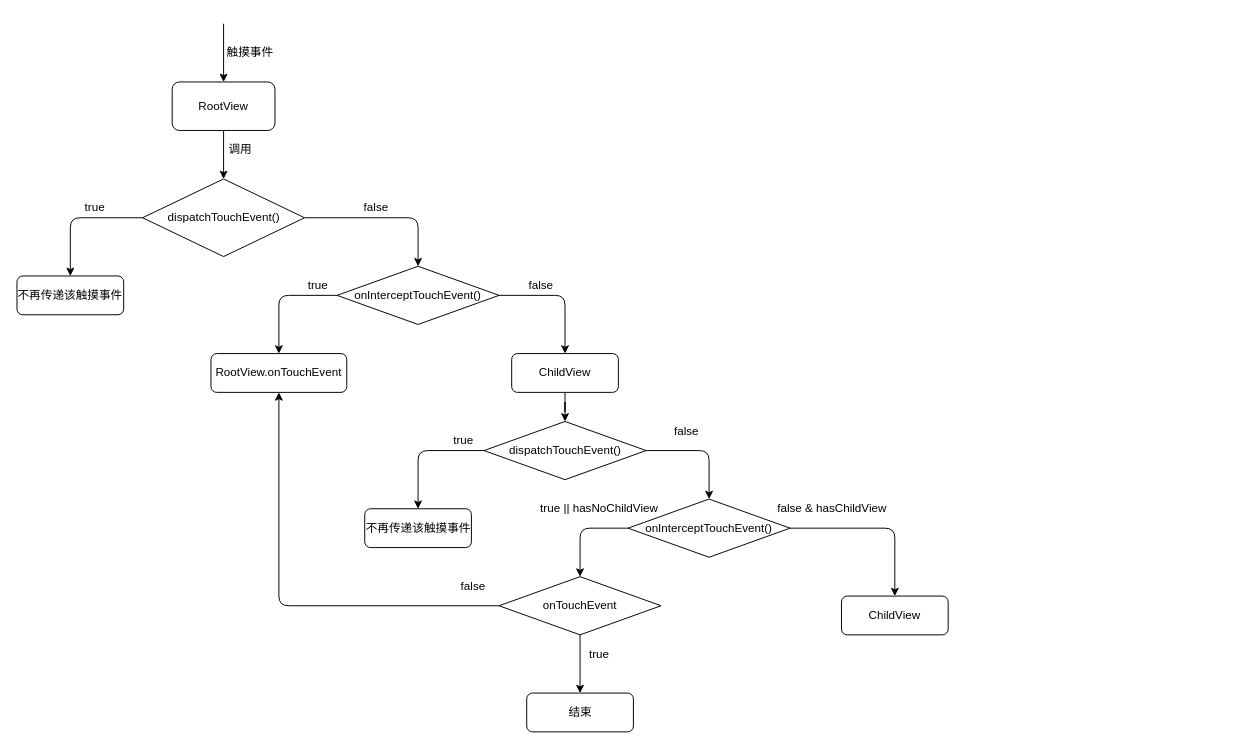
Before: ViewTouch.drawio in Eanam/PointlessDiagram, a draw.io diagram. Source tidied: cells renumbered, new cells numbered last; positions are measured from the earlier drawing's top-left corner, leaving out a move shared by most shapes. Both pictures are drawn from the tidied source at 97%, with x=0, y=0 at pixel (16, 23).
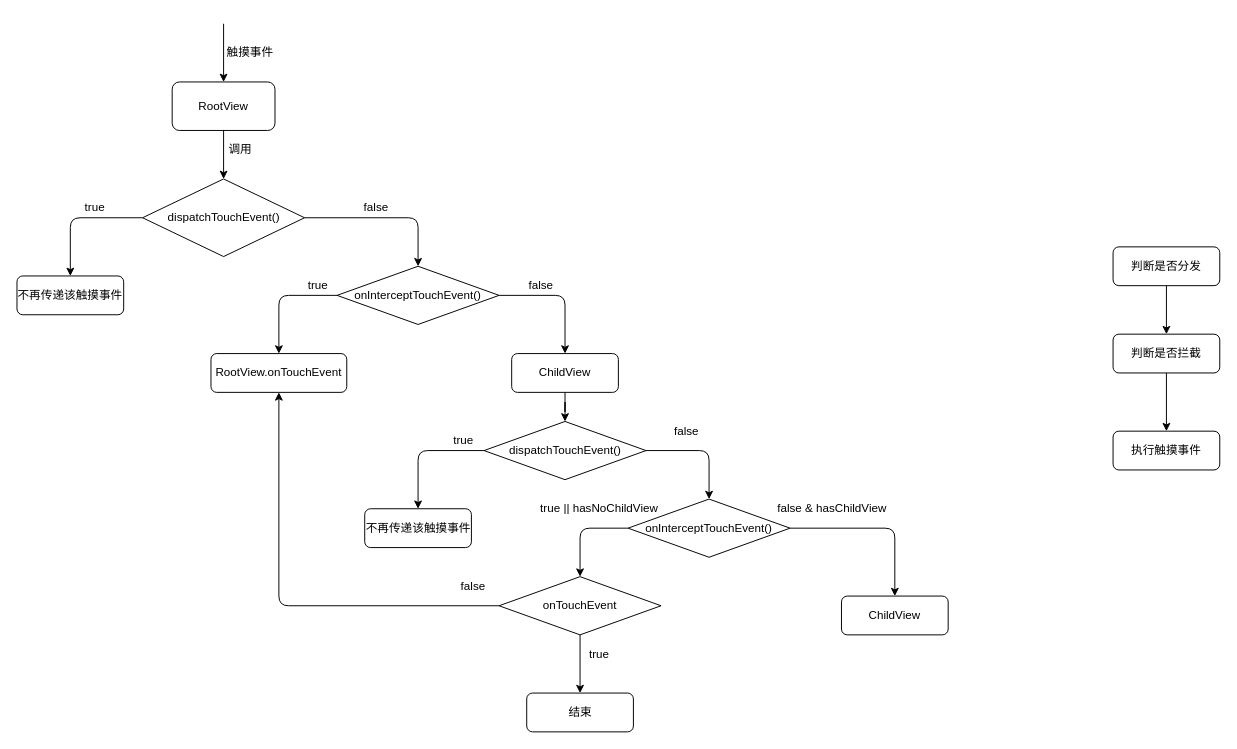
After the change.

The edit, as a diff of the source:
```diff
@@
+    <mxCell id="39" style="edgeStyle=orthogonalEdgeStyle;rounded=0;jettySize=auto;html=1;" parent="1" edge="1" source="40" target="42">
+      <mxGeometry relative="1" as="geometry" />
+    </mxCell>
+    <mxCell id="40" value="判断是否分发" style="rounded=1;whiteSpace=wrap;html=1;" parent="1" vertex="1">
+      <mxGeometry x="1130" y="230" width="110" height="40" as="geometry" />
+    </mxCell>
+    <mxCell id="41" style="edgeStyle=orthogonalEdgeStyle;rounded=0;jettySize=auto;html=1;" parent="1" edge="1" source="42" target="43">
+      <mxGeometry relative="1" as="geometry" />
+    </mxCell>
+    <mxCell id="42" value="判断是否拦截" style="rounded=1;whiteSpace=wrap;html=1;" parent="1" vertex="1">
+      <mxGeometry x="1130" y="320" width="110" height="40" as="geometry" />
+    </mxCell>
+    <mxCell id="43" value="执行触摸事件" style="rounded=1;whiteSpace=wrap;html=1;" parent="1" vertex="1">
+      <mxGeometry x="1130" y="420" width="110" height="40" as="geometry" />
+    </mxCell>
```
